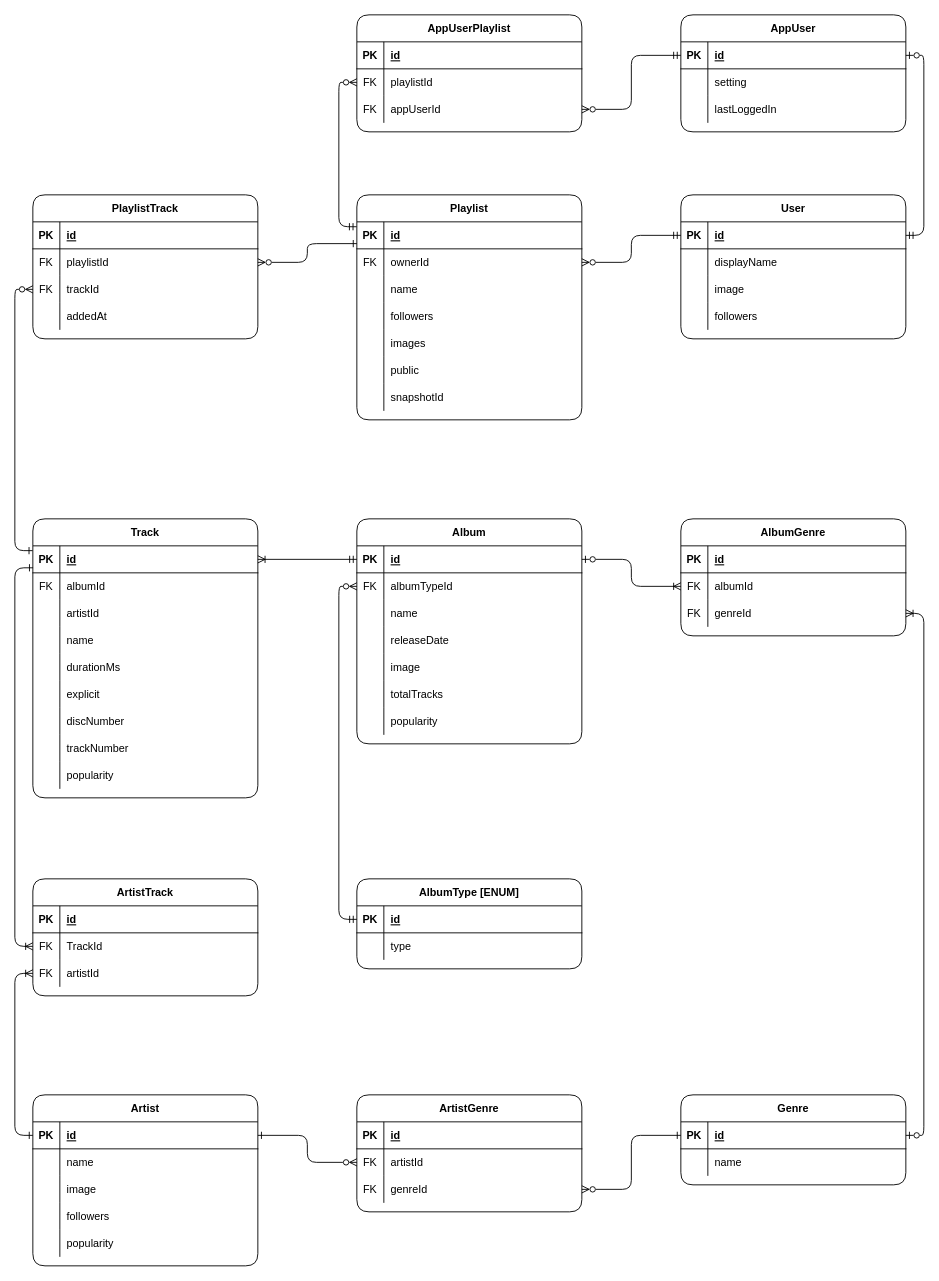
Above: ERD.drawio in MrDrummer/SpotifyPlaylistGenerator (draw.io), before the change. Source tidied: cells renumbered, new cells numbered last; positions are measured from the earlier drawing's top-left corner, leaving out a move shared by most shapes. Both pictures are drawn from the tidied source at 90%, with x=0, y=0 at pixel (14, 14).
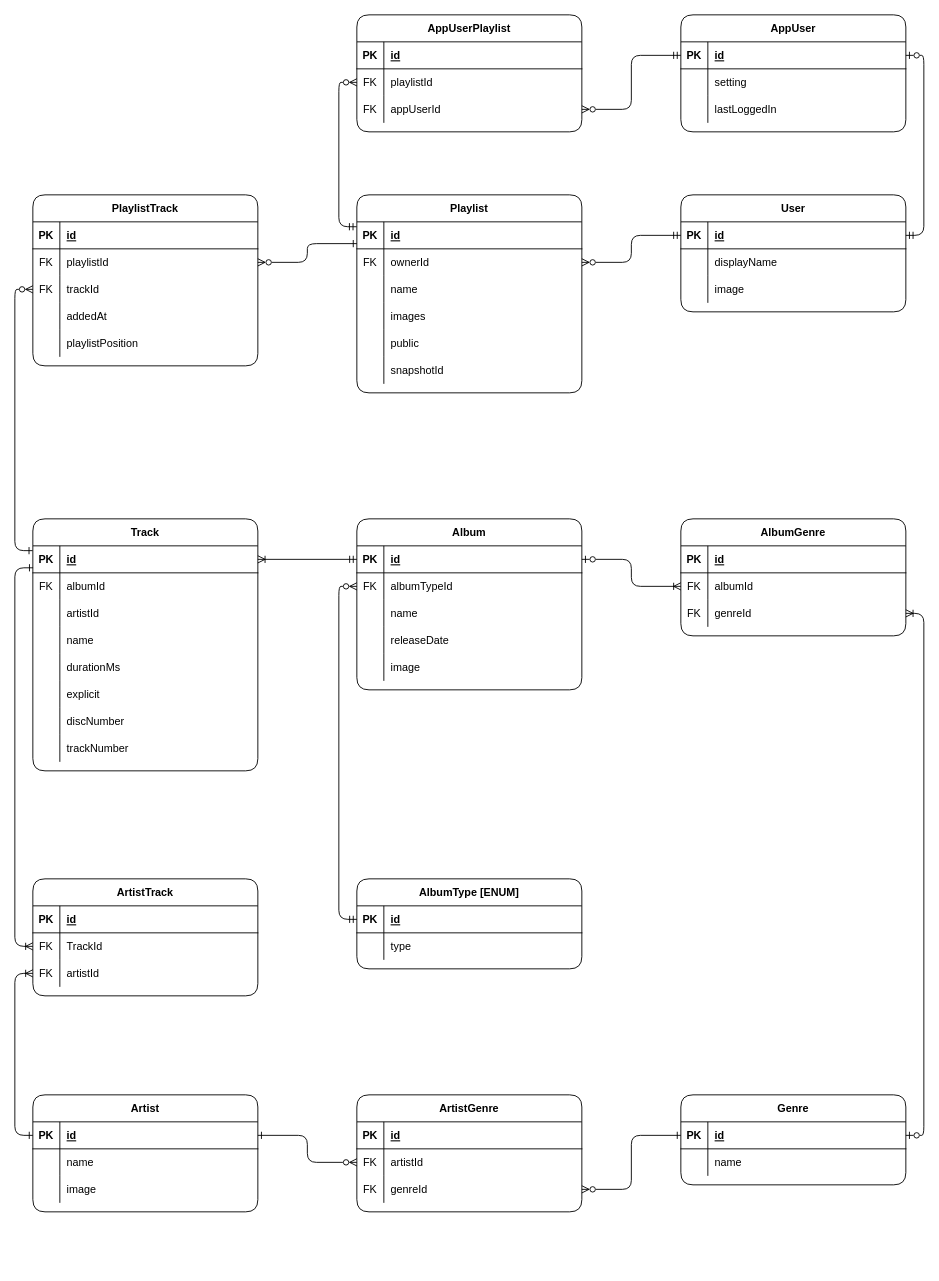
Above is the later version.

Change to the diagram source:
```diff
@@
     <mxCell id="2" value="Track" style="shape=table;startSize=30;childLayout=tableLayout;rowLines=0;fontStyle=1;align=center;rounded=1;" parent="1" vertex="1">
-      <mxGeometry x="20" y="560" width="250" height="310" as="geometry" />
+      <mxGeometry x="20" y="560" width="250" height="280" as="geometry" />
     </mxCell>
@@
-    <mxCell id="27" style="shape=partialRectangle;fillColor=none;top=0;left=0;right=0;bottom=0;rounded=1;" parent="2" vertex="1">
-      <mxGeometry y="270" width="250" height="30" as="geometry" />
-    </mxCell>
-    <mxCell id="28" style="shape=partialRectangle;overflow=hidden;fillColor=none;top=0;left=0;bottom=0;right=0;rounded=1;" parent="27" vertex="1">
-      <mxGeometry width="30" height="30" as="geometry" />
-    </mxCell>
-    <mxCell id="29" value="popularity" style="shape=partialRectangle;overflow=hidden;fillColor=none;top=0;left=0;bottom=0;right=0;align=left;spacingLeft=6;rounded=1;" parent="27" vertex="1">
-      <mxGeometry x="30" width="220" height="30" as="geometry" />
-    </mxCell>
     <mxCell id="30" value="Playlist" style="shape=table;startSize=30;childLayout=tableLayout;rowLines=0;fontStyle=1;align=center;rounded=1;" parent="1" vertex="1">
-      <mxGeometry x="380" y="200" width="250" height="250" as="geometry" />
+      <mxGeometry x="380" y="200" width="250" height="220" as="geometry" />
     </mxCell>
@@
-    <mxCell id="40" style="shape=partialRectangle;fillColor=none;top=0;left=0;right=0;bottom=0;rounded=1;" parent="30" vertex="1">
-      <mxGeometry y="120" width="250" height="30" as="geometry" />
-    </mxCell>
-    <mxCell id="41" style="shape=partialRectangle;overflow=hidden;fillColor=none;top=0;left=0;bottom=0;right=0;rounded=1;" parent="40" vertex="1">
-      <mxGeometry width="30" height="30" as="geometry" />
-    </mxCell>
-    <mxCell id="42" value="followers" style="shape=partialRectangle;overflow=hidden;fillColor=none;top=0;left=0;bottom=0;right=0;align=left;spacingLeft=6;rounded=1;" parent="40" vertex="1">
-      <mxGeometry x="30" width="220" height="30" as="geometry" />
-    </mxCell>
     <mxCell id="43" style="shape=partialRectangle;fillColor=none;top=0;left=0;right=0;bottom=0;rounded=1;" parent="30" vertex="1">
-      <mxGeometry y="150" width="250" height="30" as="geometry" />
+      <mxGeometry y="120" width="250" height="30" as="geometry" />
     </mxCell>
@@
     <mxCell id="46" style="shape=partialRectangle;fillColor=none;top=0;left=0;right=0;bottom=0;rounded=1;" parent="30" vertex="1">
-      <mxGeometry y="180" width="250" height="30" as="geometry" />
+      <mxGeometry y="150" width="250" height="30" as="geometry" />
     </mxCell>
@@
     <mxCell id="49" style="shape=partialRectangle;fillColor=none;top=0;left=0;right=0;bottom=0;rounded=1;" parent="30" vertex="1">
-      <mxGeometry y="210" width="250" height="30" as="geometry" />
+      <mxGeometry y="180" width="250" height="30" as="geometry" />
     </mxCell>
@@
     <mxCell id="52" value="Album" style="shape=table;startSize=30;childLayout=tableLayout;rowLines=0;fontStyle=1;align=center;rounded=1;" parent="1" vertex="1">
-      <mxGeometry x="380" y="560" width="250" height="250" as="geometry" />
+      <mxGeometry x="380" y="560" width="250" height="190" as="geometry" />
     </mxCell>
@@
-    <mxCell id="68" style="shape=partialRectangle;fillColor=none;top=0;left=0;right=0;bottom=0;rounded=1;" parent="52" vertex="1">
-      <mxGeometry y="180" width="250" height="30" as="geometry" />
-    </mxCell>
-    <mxCell id="69" style="shape=partialRectangle;overflow=hidden;fillColor=none;top=0;left=0;bottom=0;right=0;rounded=1;" parent="68" vertex="1">
-      <mxGeometry width="30" height="30" as="geometry" />
-    </mxCell>
-    <mxCell id="70" value="totalTracks" style="shape=partialRectangle;overflow=hidden;fillColor=none;top=0;left=0;bottom=0;right=0;align=left;spacingLeft=6;rounded=1;" parent="68" vertex="1">
-      <mxGeometry x="30" width="220" height="30" as="geometry" />
-    </mxCell>
-    <mxCell id="71" style="shape=partialRectangle;fillColor=none;top=0;left=0;right=0;bottom=0;rounded=1;" parent="52" vertex="1">
-      <mxGeometry y="210" width="250" height="30" as="geometry" />
-    </mxCell>
-    <mxCell id="72" style="shape=partialRectangle;overflow=hidden;fillColor=none;top=0;left=0;bottom=0;right=0;rounded=1;" parent="71" vertex="1">
-      <mxGeometry width="30" height="30" as="geometry" />
-    </mxCell>
-    <mxCell id="73" value="popularity" style="shape=partialRectangle;overflow=hidden;fillColor=none;top=0;left=0;bottom=0;right=0;align=left;spacingLeft=6;rounded=1;" parent="71" vertex="1">
-      <mxGeometry x="30" width="220" height="30" as="geometry" />
-    </mxCell>
     <mxCell id="74" value="User" style="shape=table;startSize=30;childLayout=tableLayout;rowLines=0;fontStyle=1;align=center;rounded=1;" parent="1" vertex="1">
-      <mxGeometry x="740" y="200" width="250" height="160" as="geometry" />
+      <mxGeometry x="740" y="200" width="250" height="130" as="geometry" />
     </mxCell>
@@
-    <mxCell id="84" style="shape=partialRectangle;fillColor=none;top=0;left=0;right=0;bottom=0;rounded=1;" parent="74" vertex="1">
-      <mxGeometry y="120" width="250" height="30" as="geometry" />
-    </mxCell>
-    <mxCell id="85" style="shape=partialRectangle;overflow=hidden;fillColor=none;top=0;left=0;bottom=0;right=0;rounded=1;" parent="84" vertex="1">
-      <mxGeometry width="30" height="30" as="geometry" />
-    </mxCell>
-    <mxCell id="86" value="followers" style="shape=partialRectangle;overflow=hidden;fillColor=none;top=0;left=0;bottom=0;right=0;align=left;spacingLeft=6;rounded=1;" parent="84" vertex="1">
-      <mxGeometry x="30" width="220" height="30" as="geometry" />
-    </mxCell>
     <mxCell id="87" value="Artist" style="shape=table;startSize=30;childLayout=tableLayout;rowLines=0;fontStyle=1;align=center;rounded=1;" parent="1" vertex="1">
-      <mxGeometry x="20" y="1200" width="250" height="190" as="geometry" />
+      <mxGeometry x="20" y="1200" width="250" height="130" as="geometry" />
     </mxCell>
@@
-    <mxCell id="97" style="shape=partialRectangle;fillColor=none;top=0;left=0;right=0;bottom=0;rounded=1;" parent="87" vertex="1">
-      <mxGeometry y="120" width="250" height="30" as="geometry" />
-    </mxCell>
-    <mxCell id="98" style="shape=partialRectangle;overflow=hidden;fillColor=none;top=0;left=0;bottom=0;right=0;rounded=1;" parent="97" vertex="1">
-      <mxGeometry width="30" height="30" as="geometry" />
-    </mxCell>
-    <mxCell id="99" value="followers" style="shape=partialRectangle;overflow=hidden;fillColor=none;top=0;left=0;bottom=0;right=0;align=left;spacingLeft=6;rounded=1;" parent="97" vertex="1">
-      <mxGeometry x="30" width="220" height="30" as="geometry" />
-    </mxCell>
-    <mxCell id="100" style="shape=partialRectangle;fillColor=none;top=0;left=0;right=0;bottom=0;rounded=1;" parent="87" vertex="1">
-      <mxGeometry y="150" width="250" height="30" as="geometry" />
-    </mxCell>
-    <mxCell id="101" style="shape=partialRectangle;overflow=hidden;fillColor=none;top=0;left=0;bottom=0;right=0;rounded=1;" parent="100" vertex="1">
-      <mxGeometry width="30" height="30" as="geometry" />
-    </mxCell>
-    <mxCell id="102" value="popularity" style="shape=partialRectangle;overflow=hidden;fillColor=none;top=0;left=0;bottom=0;right=0;align=left;spacingLeft=6;rounded=1;" parent="100" vertex="1">
-      <mxGeometry x="30" width="220" height="30" as="geometry" />
-    </mxCell>
@@
     <mxCell id="156" value="PlaylistTrack" style="shape=table;startSize=30;childLayout=tableLayout;rowLines=0;fontStyle=1;align=center;rounded=1;" parent="1" vertex="1">
-      <mxGeometry x="20" y="200" width="250" height="160" as="geometry" />
+      <mxGeometry x="20" y="200" width="250" height="190" as="geometry" />
     </mxCell>
@@
+    <mxCell id="100" style="shape=partialRectangle;fillColor=none;top=0;left=0;right=0;bottom=0;rounded=1;" parent="156" vertex="1">
+      <mxGeometry y="150" width="250" height="30" as="geometry" />
+    </mxCell>
+    <mxCell id="194" style="shape=partialRectangle;overflow=hidden;fillColor=none;top=0;left=0;bottom=0;right=0;rounded=1;" parent="100" vertex="1">
+      <mxGeometry width="30" height="30" as="geometry" />
+    </mxCell>
+    <mxCell id="195" value="playlistPosition" style="shape=partialRectangle;overflow=hidden;fillColor=none;top=0;left=0;bottom=0;right=0;align=left;spacingLeft=6;rounded=1;" parent="100" vertex="1">
+      <mxGeometry x="30" width="220" height="30" as="geometry" />
+    </mxCell>
```
